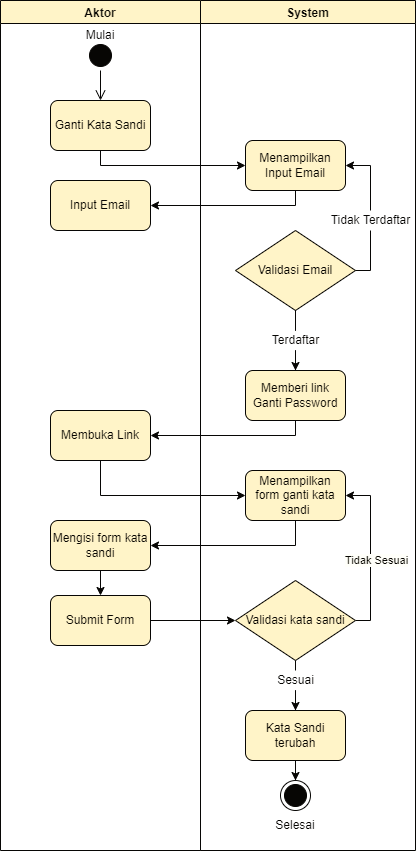
Above: Diagrams/Activity Diagram Registered/AD_Ganti_Kata_Sandi_Registered.png in Zkavolo/Classico-Project (draw.io), before the change. Source tidied: cells renumbered, new cells last; positions are measured from the earlier drawing's top-left corner, leaving out a move shared by most shapes.
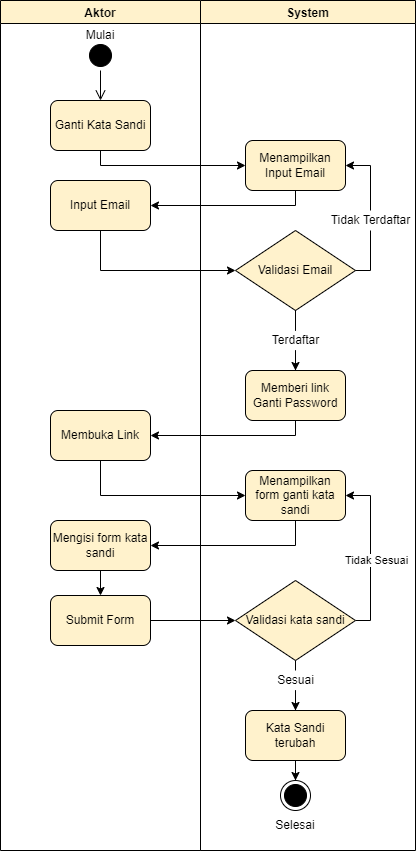
Above is the later version.

Change to the diagram source:
```diff
@@ -156,5 +156,12 @@
     <mxCell id="38" style="edgeStyle=orthogonalEdgeStyle;rounded=0;jettySize=auto;html=1;entryX=0;entryY=0.5;entryDx=0;entryDy=0;" parent="1" edge="1" source="11" target="23">
       <mxGeometry relative="1" as="geometry" />
     </mxCell>
+    <mxCell id="39" style="edgeStyle=orthogonalEdgeStyle;rounded=0;jettySize=auto;html=1;entryX=0;entryY=0.5;entryDx=0;entryDy=0;" parent="1" edge="1" source="7" target="28">
+      <mxGeometry relative="1" as="geometry">
+        <Array as="points">
+          <mxPoint x="100" y="270" />
+        </Array>
+      </mxGeometry>
+    </mxCell>
   </root>
 </mxGraphModel>
```
